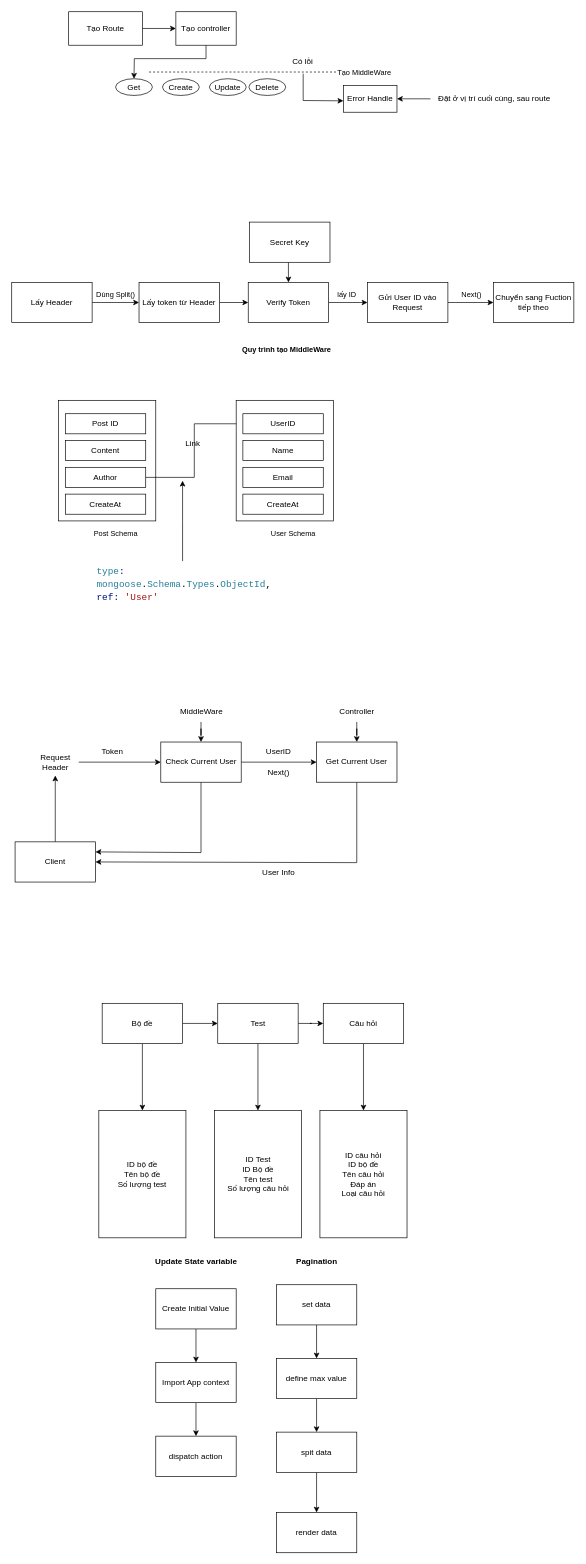
sqhqk58/IELTS keeps this draw.io diagram as Untitled Diagram.drawio. Above is the earlier version. Source tidied: cells renumbered, new cells numbered last; positions are measured from the earlier drawing's top-left corner, leaving out a move shared by most shapes. Both pictures are drawn from the tidied source at 67%, with x=0, y=0 at pixel (11, 11).
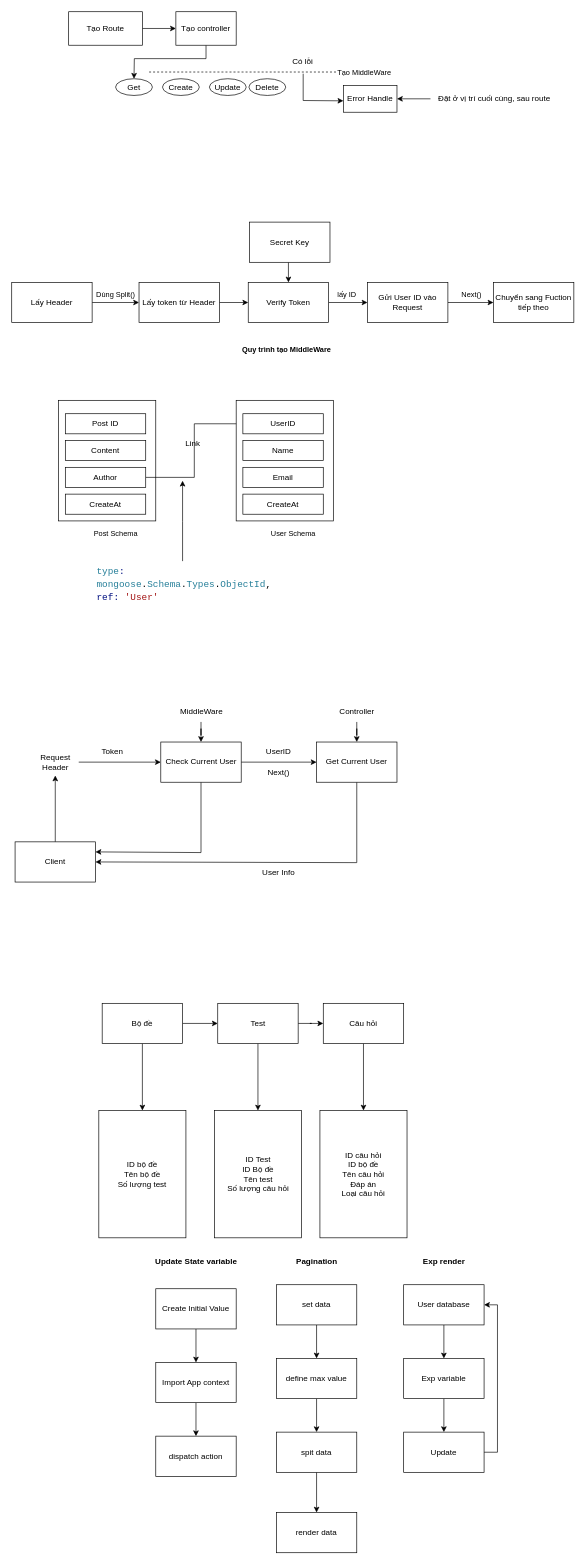
Above is the later version.

Diff of the diagram source:
```diff
@@
+    <mxCell id="90" style="edgeStyle=orthogonalEdgeStyle;rounded=0;jettySize=auto;html=1;entryX=0.5;entryY=0;entryDx=0;entryDy=0;" parent="1" edge="1" source="91" target="93">
+      <mxGeometry relative="1" as="geometry" />
+    </mxCell>
+    <mxCell id="91" value="User database" style="rounded=0;whiteSpace=wrap;html=1;" parent="1" vertex="1">
+      <mxGeometry x="585" y="1900" width="120" height="60" as="geometry" />
+    </mxCell>
+    <mxCell id="92" style="edgeStyle=orthogonalEdgeStyle;rounded=0;jettySize=auto;html=1;entryX=0.5;entryY=0;entryDx=0;entryDy=0;" parent="1" edge="1" source="93" target="96">
+      <mxGeometry relative="1" as="geometry" />
+    </mxCell>
+    <mxCell id="93" value="Exp variable" style="whiteSpace=wrap;html=1;" parent="1" vertex="1">
+      <mxGeometry x="585" y="2010" width="120" height="60" as="geometry" />
+    </mxCell>
+    <mxCell id="94" value="Exp render" style="text;html=1;align=center;verticalAlign=middle;strokeColor=none;fillColor=none;fontStyle=1;" parent="1" vertex="1">
+      <mxGeometry x="600" y="1850" width="90" height="30" as="geometry" />
+    </mxCell>
+    <mxCell id="95" style="edgeStyle=orthogonalEdgeStyle;rounded=0;jettySize=auto;html=1;entryX=1;entryY=0.5;entryDx=0;entryDy=0;" parent="1" edge="1" source="96" target="91">
+      <mxGeometry relative="1" as="geometry">
+        <Array as="points">
+          <mxPoint x="725" y="2150" />
+          <mxPoint x="725" y="1930" />
+        </Array>
+      </mxGeometry>
+    </mxCell>
+    <mxCell id="96" value="Update" style="whiteSpace=wrap;html=1;" parent="1" vertex="1">
+      <mxGeometry x="585" y="2120" width="120" height="60" as="geometry" />
+    </mxCell>
```
